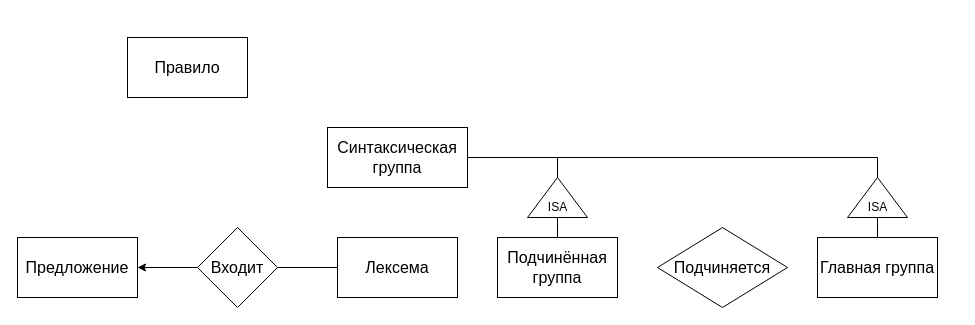
Above: DZ1.drawio in DMfananddu/Computing-Facilities-AIPCS (draw.io), before the change. Source tidied: cells renumbered, new cells numbered last; positions are measured from the earlier drawing's top-left corner, leaving out a move shared by most shapes. Both pictures are drawn from the tidied source at 100%, with x=0, y=0 at pixel (17, 37).
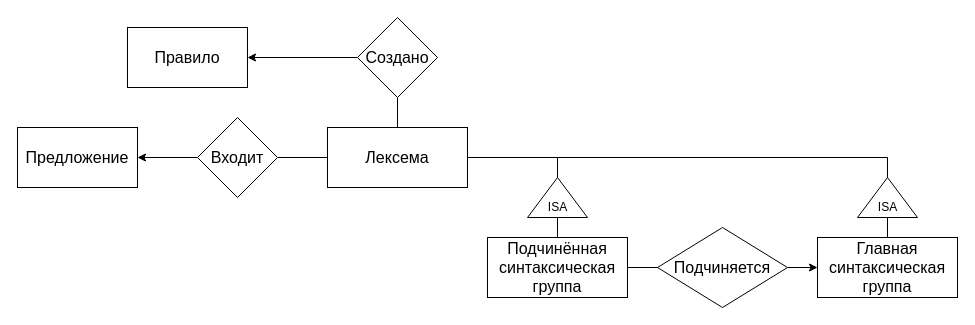
After the change.

Unchanged cells that the change refers to:
```xml
<mxCell id="19" value="Подчиняется" style="rhombus;whiteSpace=wrap;html=1;fontSize=16;" parent="1" vertex="1">
  <mxGeometry x="640" y="190" width="130" height="80" as="geometry" />
</mxCell>
```

The edit, as a diff of the source:
```diff
@@
     <mxCell id="2" value="Правило" style="rounded=0;whiteSpace=wrap;html=1;fontSize=16;" parent="1" vertex="1">
-      <mxGeometry x="110" width="120" height="60" as="geometry" />
+      <mxGeometry x="110" y="-10" width="120" height="60" as="geometry" />
     </mxCell>
-    <mxCell id="3" style="edgeStyle=orthogonalEdgeStyle;rounded=0;jettySize=auto;html=1;exitX=0;exitY=0.5;exitDx=0;exitDy=0;entryX=1;entryY=0.5;entryDx=0;entryDy=0;endArrow=none;endFill=0;fontSize=16;" parent="1" edge="1" source="4" target="18">
+    <mxCell id="3" style="edgeStyle=orthogonalEdgeStyle;rounded=0;jettySize=auto;html=1;exitX=0;exitY=0.5;exitDx=0;exitDy=0;entryX=1;entryY=0.5;entryDx=0;entryDy=0;endArrow=none;endFill=0;fontSize=16;" parent="1" edge="1" source="5" target="18">
       <mxGeometry relative="1" as="geometry" />
     </mxCell>
-    <mxCell id="4" value="Лексема" style="rounded=0;whiteSpace=wrap;html=1;fontSize=16;" parent="1" vertex="1">
-      <mxGeometry x="320" y="200" width="120" height="60" as="geometry" />
-    </mxCell>
+    <mxCell id="20" style="edgeStyle=orthogonalEdgeStyle;rounded=0;jettySize=auto;html=1;exitX=0.5;exitY=0;exitDx=0;exitDy=0;entryX=0.5;entryY=1;entryDx=0;entryDy=0;endArrow=none;endFill=0;fontSize=16;" parent="1" edge="1" source="5" target="24">
+      <mxGeometry relative="1" as="geometry" />
+    </mxCell>
-    <mxCell id="5" value="Синтаксическая группа" style="rounded=0;whiteSpace=wrap;html=1;fontSize=16;" parent="1" vertex="1">
+    <mxCell id="5" value="Лексема" style="rounded=0;whiteSpace=wrap;html=1;fontSize=16;" parent="1" vertex="1">
       <mxGeometry x="310" y="90" width="140" height="60" as="geometry" />
     </mxCell>
@@
+    <mxCell id="21" style="edgeStyle=orthogonalEdgeStyle;rounded=0;jettySize=auto;html=1;exitX=1;exitY=0.5;exitDx=0;exitDy=0;entryX=0;entryY=0.5;entryDx=0;entryDy=0;endArrow=none;endFill=0;fontSize=16;" parent="1" edge="1" source="7" target="19">
+      <mxGeometry relative="1" as="geometry" />
+    </mxCell>
-    <mxCell id="7" value="Подчинённая группа" style="rounded=0;whiteSpace=wrap;html=1;fontSize=16;" parent="1" vertex="1">
-      <mxGeometry x="480" y="200" width="120" height="60" as="geometry" />
+    <mxCell id="7" value="Подчинённая синтаксическая группа" style="rounded=0;whiteSpace=wrap;html=1;fontSize=16;" parent="1" vertex="1">
+      <mxGeometry x="470" y="200" width="140" height="60" as="geometry" />
     </mxCell>
@@
-    <mxCell id="9" value="Главная группа" style="rounded=0;whiteSpace=wrap;html=1;fontSize=16;" parent="1" vertex="1">
-      <mxGeometry x="800" y="200" width="120" height="60" as="geometry" />
+    <mxCell id="9" value="Главная синтаксическая группа" style="rounded=0;whiteSpace=wrap;html=1;fontSize=16;" parent="1" vertex="1">
+      <mxGeometry x="800" y="200" width="140" height="60" as="geometry" />
     </mxCell>
@@
     <mxCell id="13" style="edgeStyle=orthogonalEdgeStyle;rounded=0;jettySize=auto;html=1;exitX=1;exitY=0.5;exitDx=0;exitDy=0;entryX=1;entryY=0.5;entryDx=0;entryDy=0;endArrow=none;endFill=0;fontSize=16;" parent="1" edge="1" source="14" target="5">
       <mxGeometry relative="1" as="geometry">
         <Array as="points">
-          <mxPoint x="860" y="120" />
+          <mxPoint x="870" y="120" />
         </Array>
       </mxGeometry>
     </mxCell>
     <mxCell id="14" style="triangle;whiteSpace=wrap;html=1;rotation=-90;" parent="1" vertex="1">
-      <mxGeometry x="840" y="130" width="40" height="60" as="geometry" />
+      <mxGeometry x="850" y="130" width="40" height="60" as="geometry" />
     </mxCell>
     <mxCell id="15" value="ISA" style="text;html=1;align=center;verticalAlign=middle;" parent="1" vertex="1">
-      <mxGeometry x="845" y="160" width="30" height="20" as="geometry" />
+      <mxGeometry x="855" y="160" width="30" height="20" as="geometry" />
     </mxCell>
     <mxCell id="16" value="Предложение" style="rounded=0;whiteSpace=wrap;html=1;fontSize=16;" parent="1" vertex="1">
-      <mxGeometry y="200" width="120" height="60" as="geometry" />
+      <mxGeometry y="90" width="120" height="60" as="geometry" />
     </mxCell>
@@
     <mxCell id="18" value="Входит" style="rhombus;whiteSpace=wrap;html=1;fontSize=16;" parent="1" vertex="1">
-      <mxGeometry x="180" y="190" width="80" height="80" as="geometry" />
+      <mxGeometry x="180" y="80" width="80" height="80" as="geometry" />
     </mxCell>
+    <mxCell id="22" style="edgeStyle=orthogonalEdgeStyle;rounded=0;jettySize=auto;html=1;exitX=1;exitY=0.5;exitDx=0;exitDy=0;entryX=0;entryY=0.5;entryDx=0;entryDy=0;endArrow=classic;endFill=1;fontSize=16;" parent="1" edge="1" source="19" target="9">
+      <mxGeometry relative="1" as="geometry" />
+    </mxCell>
@@
+    <mxCell id="23" style="edgeStyle=orthogonalEdgeStyle;rounded=0;jettySize=auto;html=1;exitX=0;exitY=0.5;exitDx=0;exitDy=0;entryX=1;entryY=0.5;entryDx=0;entryDy=0;endArrow=classic;endFill=1;fontSize=16;" parent="1" edge="1" source="24" target="2">
+      <mxGeometry relative="1" as="geometry" />
+    </mxCell>
+    <mxCell id="24" value="Создано" style="rhombus;whiteSpace=wrap;html=1;fontSize=16;" parent="1" vertex="1">
+      <mxGeometry x="340" y="-20" width="80" height="80" as="geometry" />
+    </mxCell>
```
